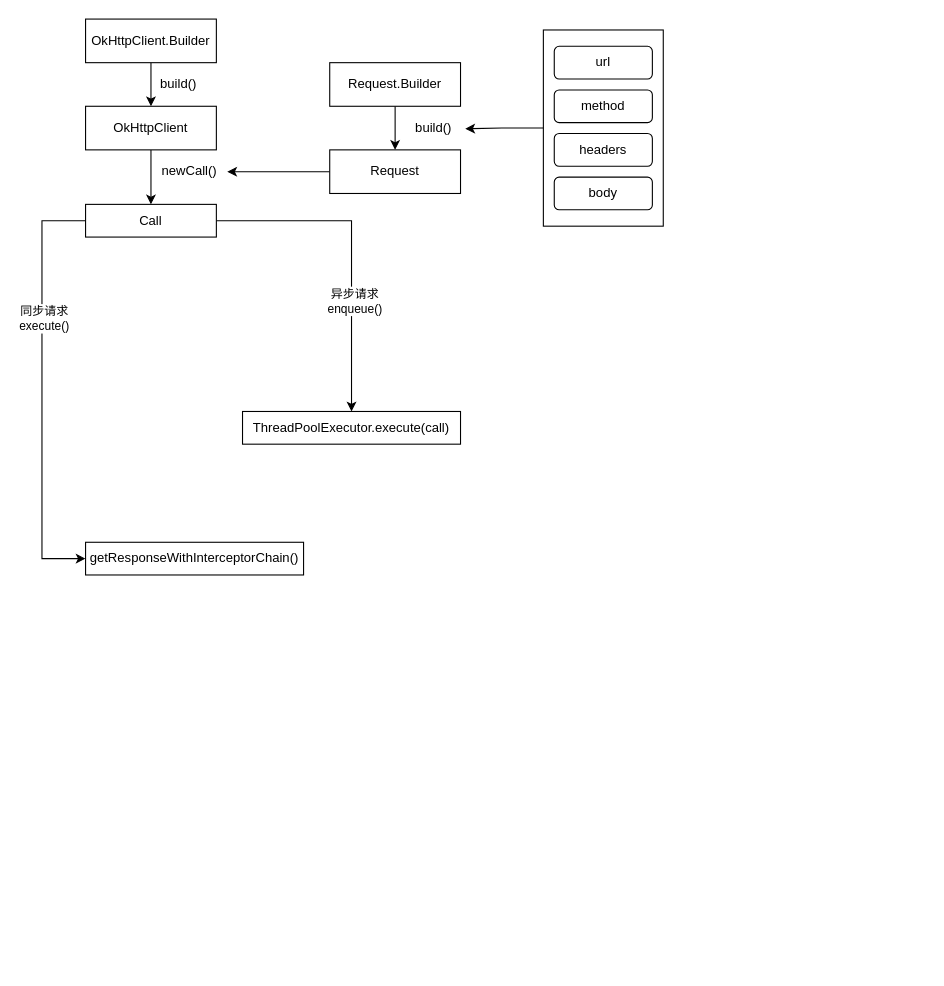
Earlier version of the draw.io diagram OkHttp-Architecture.drawio (Eanam/PointlessDiagram). Source tidied: cells renumbered, new cells numbered last; positions are measured from the earlier drawing's top-left corner, leaving out a move shared by most shapes. Both pictures are drawn from the tidied source at 109%, with x=0, y=0 at pixel (41, 19).
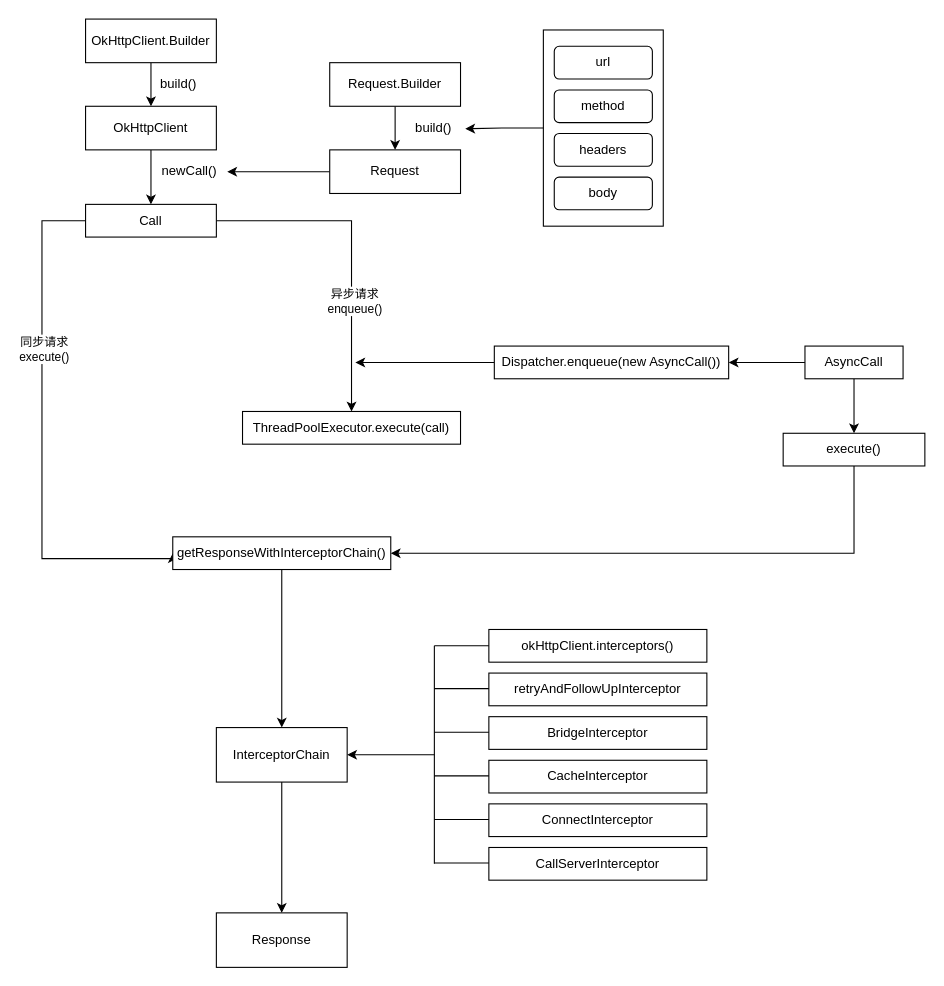
The same page after the edit.

The edit, as a diff of the source:
```diff
@@
+    <mxCell id="27" style="edgeStyle=orthogonalEdgeStyle;rounded=0;jettySize=auto;html=1;" parent="1" edge="1" source="26" target="36">
+      <mxGeometry relative="1" as="geometry" />
+    </mxCell>
     <mxCell id="26" value="getResponseWithInterceptorChain()" style="rounded=0;whiteSpace=wrap;html=1;" parent="1" vertex="1">
-      <mxGeometry x="40" y="480" width="200" height="30" as="geometry" />
+      <mxGeometry x="120" y="475" width="200" height="30" as="geometry" />
     </mxCell>
+    <mxCell id="28" style="edgeStyle=orthogonalEdgeStyle;rounded=0;jettySize=auto;html=1;" parent="1" edge="1" source="30" target="32">
+      <mxGeometry relative="1" as="geometry" />
+    </mxCell>
+    <mxCell id="29" style="edgeStyle=orthogonalEdgeStyle;rounded=0;jettySize=auto;html=1;" parent="1" edge="1" source="30" target="34">
+      <mxGeometry relative="1" as="geometry" />
+    </mxCell>
+    <mxCell id="30" value="AsyncCall" style="rounded=0;whiteSpace=wrap;html=1;" parent="1" vertex="1">
+      <mxGeometry x="700" y="300" width="90" height="30" as="geometry" />
+    </mxCell>
+    <mxCell id="31" style="edgeStyle=orthogonalEdgeStyle;rounded=0;jettySize=auto;html=1;entryX=1;entryY=0.5;entryDx=0;entryDy=0;exitX=0.5;exitY=1;exitDx=0;exitDy=0;" parent="1" edge="1" source="32" target="26">
+      <mxGeometry relative="1" as="geometry" />
+    </mxCell>
+    <mxCell id="32" value="execute()" style="rounded=0;whiteSpace=wrap;html=1;" parent="1" vertex="1">
+      <mxGeometry x="680" y="380" width="130" height="30" as="geometry" />
+    </mxCell>
+    <mxCell id="33" style="edgeStyle=orthogonalEdgeStyle;rounded=0;jettySize=auto;html=1;" parent="1" edge="1" source="34">
+      <mxGeometry relative="1" as="geometry">
+        <mxPoint x="287.5" y="315" as="targetPoint" />
+      </mxGeometry>
+    </mxCell>
+    <mxCell id="34" value="Dispatcher.enqueue(new AsyncCall())" style="rounded=0;whiteSpace=wrap;html=1;" parent="1" vertex="1">
+      <mxGeometry x="415" y="300" width="215" height="30" as="geometry" />
+    </mxCell>
+    <mxCell id="35" style="edgeStyle=orthogonalEdgeStyle;rounded=0;jettySize=auto;html=1;" parent="1" edge="1" source="36" target="37">
+      <mxGeometry relative="1" as="geometry" />
+    </mxCell>
+    <mxCell id="36" value="InterceptorChain" style="whiteSpace=wrap;html=1;rounded=0;" parent="1" vertex="1">
+      <mxGeometry x="160" y="650" width="120" height="50" as="geometry" />
+    </mxCell>
+    <mxCell id="37" value="Response" style="whiteSpace=wrap;html=1;rounded=0;" parent="1" vertex="1">
+      <mxGeometry x="160" y="820" width="120" height="50" as="geometry" />
+    </mxCell>
+    <mxCell id="38" style="group;" parent="1" vertex="1">
+      <mxGeometry x="360" y="560" width="250" height="230" as="geometry" />
+    </mxCell>
+    <mxCell id="39" value="okHttpClient.interceptors()" style="rounded=0;whiteSpace=wrap;html=1;" parent="38" vertex="1">
+      <mxGeometry x="50" width="200" height="30" as="geometry" />
+    </mxCell>
+    <mxCell id="40" value="retryAndFollowUpInterceptor" style="rounded=0;whiteSpace=wrap;html=1;" parent="38" vertex="1">
+      <mxGeometry x="50" y="40" width="200" height="30" as="geometry" />
+    </mxCell>
+    <mxCell id="41" value="BridgeInterceptor" style="rounded=0;whiteSpace=wrap;html=1;" parent="38" vertex="1">
+      <mxGeometry x="50" y="80" width="200" height="30" as="geometry" />
+    </mxCell>
+    <mxCell id="42" value="CacheInterceptor" style="rounded=0;whiteSpace=wrap;html=1;" parent="38" vertex="1">
+      <mxGeometry x="50" y="120" width="200" height="30" as="geometry" />
+    </mxCell>
+    <mxCell id="43" value="ConnectInterceptor" style="rounded=0;whiteSpace=wrap;html=1;" parent="38" vertex="1">
+      <mxGeometry x="50" y="160" width="200" height="30" as="geometry" />
+    </mxCell>
+    <mxCell id="44" value="CallServerInterceptor" style="rounded=0;whiteSpace=wrap;html=1;" parent="38" vertex="1">
+      <mxGeometry x="50" y="200" width="200" height="30" as="geometry" />
+    </mxCell>
+    <mxCell id="45" style="endArrow=none;html=1;" parent="38" edge="1">
+      <mxGeometry relative="1" as="geometry">
+        <mxPoint y="215" as="sourcePoint" />
+        <mxPoint y="15" as="targetPoint" />
+      </mxGeometry>
+    </mxCell>
+    <mxCell id="46" style="endArrow=none;html=1;entryX=0;entryY=0.5;entryDx=0;entryDy=0;" parent="38" edge="1" target="39">
+      <mxGeometry relative="1" as="geometry">
+        <mxPoint y="15" as="sourcePoint" />
+      </mxGeometry>
+    </mxCell>
+    <mxCell id="47" style="endArrow=none;html=1;entryX=0;entryY=0.5;entryDx=0;entryDy=0;" parent="38" edge="1">
+      <mxGeometry relative="1" as="geometry">
+        <mxPoint y="54.3" as="sourcePoint" />
+        <mxPoint x="50" y="54.3" as="targetPoint" />
+      </mxGeometry>
+    </mxCell>
+    <mxCell id="48" style="endArrow=none;html=1;entryX=0;entryY=0.5;entryDx=0;entryDy=0;" parent="38" edge="1">
+      <mxGeometry relative="1" as="geometry">
+        <mxPoint y="94.3" as="sourcePoint" />
+        <mxPoint x="50" y="94.3" as="targetPoint" />
+      </mxGeometry>
+    </mxCell>
+    <mxCell id="49" style="endArrow=none;html=1;entryX=0;entryY=0.5;entryDx=0;entryDy=0;" parent="38" edge="1">
+      <mxGeometry relative="1" as="geometry">
+        <mxPoint y="134.3" as="sourcePoint" />
+        <mxPoint x="50" y="134.3" as="targetPoint" />
+      </mxGeometry>
+    </mxCell>
+    <mxCell id="50" style="endArrow=none;html=1;entryX=0;entryY=0.5;entryDx=0;entryDy=0;" parent="38" edge="1">
+      <mxGeometry relative="1" as="geometry">
+        <mxPoint y="174.3" as="sourcePoint" />
+        <mxPoint x="50" y="174.3" as="targetPoint" />
+      </mxGeometry>
+    </mxCell>
+    <mxCell id="51" style="endArrow=none;html=1;entryX=0;entryY=0.5;entryDx=0;entryDy=0;" parent="38" edge="1">
+      <mxGeometry relative="1" as="geometry">
+        <mxPoint y="214.3" as="sourcePoint" />
+        <mxPoint x="50" y="214.3" as="targetPoint" />
+      </mxGeometry>
+    </mxCell>
+    <mxCell id="52" style="endArrow=classic;html=1;entryX=1;entryY=0.5;entryDx=0;entryDy=0;" parent="1" edge="1" target="36">
+      <mxGeometry relative="1" as="geometry">
+        <mxPoint x="360" y="675" as="sourcePoint" />
+      </mxGeometry>
+    </mxCell>
```
